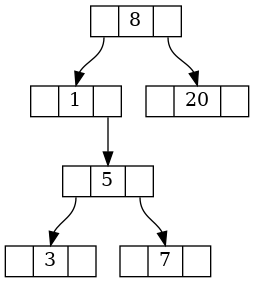
Earlier version of the Graphviz export tree.png (anoblega-unsa/eda-binary-tree). Its source is kept beside it as tree.dot.
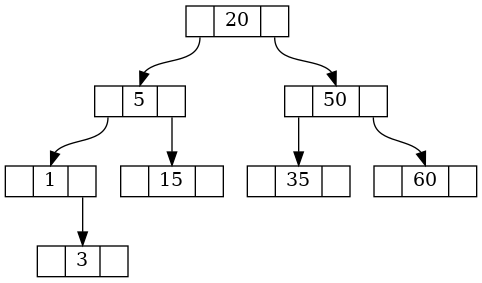
After the change.

The edit, as a diff of the source:
```diff
@@ -1,14 +1,18 @@
 digraph g {
 node [shape=record, height=0.1];
-node_8 [label = "<l> | <m> 8 | <r>"];
-node_8:l -> node_1:m;
-node_8:r -> node_20:m;
+node_20 [label = "<l> | <m> 20 | <r>"];
+node_20:l -> node_5:m;
+node_20:r -> node_50:m;
+node_5 [label = "<l> | <m> 5 | <r>"];
+node_5:l -> node_1:m;
+node_5:r -> node_15:m;
 node_1 [label = "<l> | <m> 1 | <r>"];
-node_1:r -> node_5:m;
-node_5 [label = "<l> | <m> 5 | <r>"];
-node_5:l -> node_3:m;
-node_5:r -> node_7:m;
+node_1:r -> node_3:m;
 node_3 [label = "<l> | <m> 3 | <r>"];
-node_7 [label = "<l> | <m> 7 | <r>"];
-node_20 [label = "<l> | <m> 20 | <r>"];
+node_15 [label = "<l> | <m> 15 | <r>"];
+node_50 [label = "<l> | <m> 50 | <r>"];
+node_50:l -> node_35:m;
+node_50:r -> node_60:m;
+node_35 [label = "<l> | <m> 35 | <r>"];
+node_60 [label = "<l> | <m> 60 | <r>"];
 }
```
